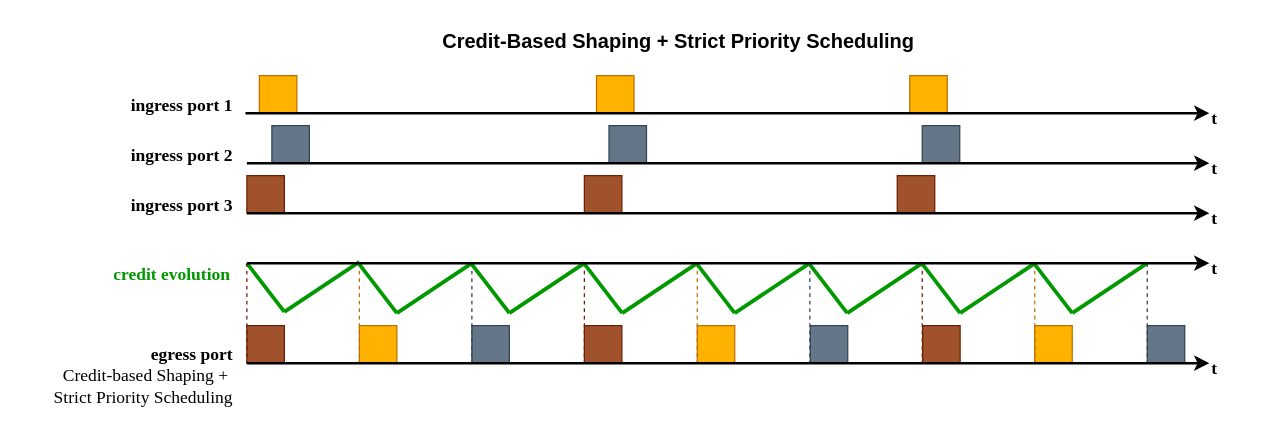
This is static/images/traffic-shaping-qav.drawio from avb-academy/avb_academy, a draw.io file, before an edit. Source tidied: cells renumbered, new cells numbered last; positions are measured from the earlier drawing's top-left corner, leaving out a move shared by most shapes. Both pictures are drawn from the tidied source at 125%, with x=0, y=0 at pixel (21, 21).
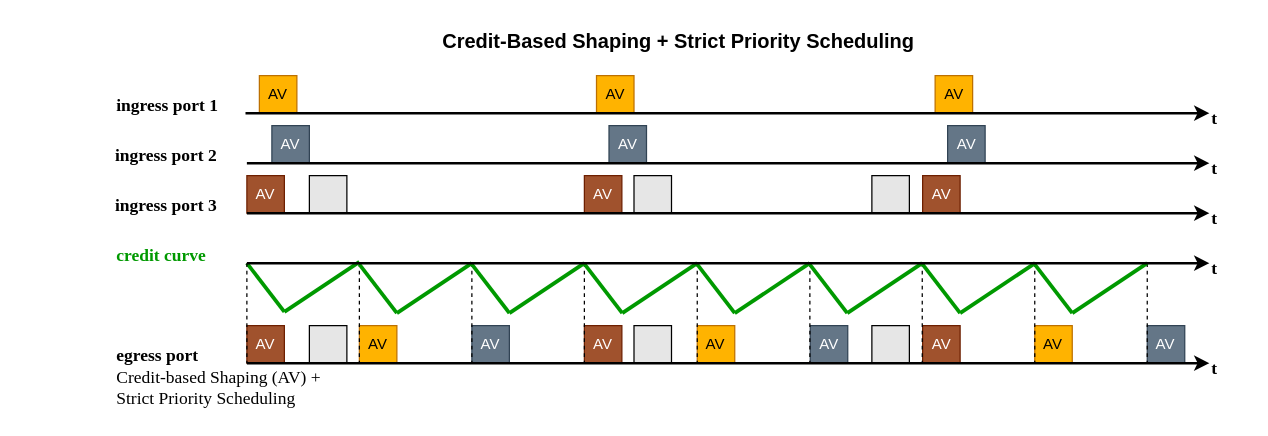
The same page after the edit.

Commit message (it also covers changes not shown here):
ref #90 adds BE traffic to figs + corrects description

What changed in the source:
```diff
@@
+    <mxCell id="61" style="rounded=0;whiteSpace=wrap;html=1;fillColor=#E6E6E6;fontColor=#ffffff;strokeColor=#000000;fillStyle=solid;" parent="1" vertex="1">
+      <mxGeometry x="230" y="243" width="30" height="30" as="geometry" />
+    </mxCell>
+    <mxCell id="62" style="rounded=0;whiteSpace=wrap;html=1;fillColor=#E6E6E6;fontColor=#ffffff;strokeColor=#000000;fillStyle=solid;" parent="1" vertex="1">
+      <mxGeometry x="489.7" y="243" width="30" height="30" as="geometry" />
+    </mxCell>
+    <mxCell id="63" style="rounded=0;whiteSpace=wrap;html=1;fillColor=#E6E6E6;fontColor=#ffffff;strokeColor=#000000;fillStyle=solid;" parent="1" vertex="1">
+      <mxGeometry x="680" y="243" width="30" height="30" as="geometry" />
+    </mxCell>
+    <mxCell id="64" style="rounded=0;whiteSpace=wrap;html=1;fillColor=#E6E6E6;fontColor=#ffffff;strokeColor=#000000;fillStyle=solid;" parent="1" vertex="1">
+      <mxGeometry x="230" y="123" width="30" height="30" as="geometry" />
+    </mxCell>
+    <mxCell id="65" style="rounded=0;whiteSpace=wrap;html=1;fillColor=#E6E6E6;fontColor=#ffffff;strokeColor=#000000;fillStyle=solid;" parent="1" vertex="1">
+      <mxGeometry x="489.7" y="123" width="30" height="30" as="geometry" />
+    </mxCell>
+    <mxCell id="66" style="rounded=0;whiteSpace=wrap;html=1;fillColor=#E6E6E6;fontColor=#ffffff;strokeColor=#000000;fillStyle=solid;" parent="1" vertex="1">
+      <mxGeometry x="680" y="123" width="30" height="30" as="geometry" />
+    </mxCell>
@@
-    <mxCell id="3" style="rounded=0;whiteSpace=wrap;html=1;fillColor=#FFB300;fontColor=#000000;strokeColor=#BD7000;" parent="1" vertex="1">
+    <mxCell id="3" value="AV" style="rounded=0;whiteSpace=wrap;html=1;fillColor=#FFB300;fontColor=#000000;strokeColor=#BD7000;" parent="1" vertex="1">
       <mxGeometry x="190" y="43" width="30" height="30" as="geometry" />
     </mxCell>
-    <mxCell id="4" style="rounded=0;whiteSpace=wrap;html=1;fillColor=#FFB300;fontColor=#000000;strokeColor=#BD7000;" parent="1" vertex="1">
+    <mxCell id="4" value="AV" style="rounded=0;whiteSpace=wrap;html=1;fillColor=#FFB300;fontColor=#000000;strokeColor=#BD7000;" parent="1" vertex="1">
       <mxGeometry x="459.7" y="43" width="30" height="30" as="geometry" />
     </mxCell>
-    <mxCell id="5" style="rounded=0;whiteSpace=wrap;html=1;fillColor=#647687;fontColor=#ffffff;strokeColor=#314354;" parent="1" vertex="1">
+    <mxCell id="5" value="AV" style="rounded=0;whiteSpace=wrap;html=1;fillColor=#647687;fontColor=#ffffff;strokeColor=#314354;" parent="1" vertex="1">
       <mxGeometry x="200" y="83" width="30" height="30" as="geometry" />
     </mxCell>
-    <mxCell id="6" style="rounded=0;whiteSpace=wrap;html=1;fillColor=#647687;fontColor=#ffffff;strokeColor=#314354;" parent="1" vertex="1">
+    <mxCell id="6" value="AV" style="rounded=0;whiteSpace=wrap;html=1;fillColor=#647687;fontColor=#ffffff;strokeColor=#314354;" parent="1" vertex="1">
       <mxGeometry x="469.7" y="83" width="30" height="30" as="geometry" />
     </mxCell>
-    <mxCell id="7" style="rounded=0;whiteSpace=wrap;html=1;fillColor=#FFB300;fontColor=#000000;strokeColor=#BD7000;" parent="1" vertex="1">
-      <mxGeometry x="710.3" y="43" width="30" height="30" as="geometry" />
+    <mxCell id="7" value="AV" style="rounded=0;whiteSpace=wrap;html=1;fillColor=#FFB300;fontColor=#000000;strokeColor=#BD7000;" parent="1" vertex="1">
+      <mxGeometry x="730.6" y="43" width="30" height="30" as="geometry" />
     </mxCell>
-    <mxCell id="8" style="rounded=0;whiteSpace=wrap;html=1;fillColor=#647687;fontColor=#ffffff;strokeColor=#314354;" parent="1" vertex="1">
-      <mxGeometry x="720.3" y="83" width="30" height="30" as="geometry" />
+    <mxCell id="8" value="AV" style="rounded=0;whiteSpace=wrap;html=1;fillColor=#647687;fontColor=#ffffff;strokeColor=#314354;" parent="1" vertex="1">
+      <mxGeometry x="740.6" y="83" width="30" height="30" as="geometry" />
     </mxCell>
-    <mxCell id="9" style="rounded=0;whiteSpace=wrap;html=1;fillColor=#a0522d;fontColor=#ffffff;strokeColor=#6D1F00;" parent="1" vertex="1">
+    <mxCell id="9" value="AV" style="rounded=0;whiteSpace=wrap;html=1;fillColor=#a0522d;fontColor=#ffffff;strokeColor=#6D1F00;" parent="1" vertex="1">
       <mxGeometry x="180" y="123" width="30" height="30" as="geometry" />
     </mxCell>
-    <mxCell id="10" style="rounded=0;whiteSpace=wrap;html=1;fillColor=#a0522d;fontColor=#ffffff;strokeColor=#6D1F00;" parent="1" vertex="1">
+    <mxCell id="10" value="AV" style="rounded=0;whiteSpace=wrap;html=1;fillColor=#a0522d;fontColor=#ffffff;strokeColor=#6D1F00;" parent="1" vertex="1">
       <mxGeometry x="450" y="123" width="30" height="30" as="geometry" />
     </mxCell>
-    <mxCell id="11" style="rounded=0;whiteSpace=wrap;html=1;fillColor=#a0522d;fontColor=#ffffff;strokeColor=#6D1F00;" parent="1" vertex="1">
-      <mxGeometry x="700.3" y="123" width="30" height="30" as="geometry" />
+    <mxCell id="11" value="AV" style="rounded=0;whiteSpace=wrap;html=1;fillColor=#a0522d;fontColor=#ffffff;strokeColor=#6D1F00;" parent="1" vertex="1">
+      <mxGeometry x="720.6" y="123" width="30" height="30" as="geometry" />
     </mxCell>
@@
-    <mxCell id="15" value="&lt;b&gt;&lt;font face=&quot;Times New Roman&quot;&gt;&lt;font style=&quot;font-size: 14px;&quot;&gt;ingress port 1&lt;/font&gt;&lt;/font&gt;&lt;/b&gt;" style="text;html=1;align=right;verticalAlign=middle;strokeColor=none;fillColor=none;fontColor=#000000;" parent="1" vertex="1">
-      <mxGeometry x="70" y="53" width="100" height="30" as="geometry" />
+    <mxCell id="15" value="&lt;b&gt;&lt;font face=&quot;Times New Roman&quot;&gt;&lt;font style=&quot;font-size: 14px;&quot;&gt;ingress port 1&lt;/font&gt;&lt;/font&gt;&lt;/b&gt;" style="text;html=1;align=left;verticalAlign=middle;strokeColor=none;fillColor=none;fontColor=#000000;" parent="1" vertex="1">
+      <mxGeometry x="74" y="53" width="100" height="30" as="geometry" />
     </mxCell>
-    <mxCell id="16" value="&lt;b&gt;&lt;font face=&quot;Times New Roman&quot;&gt;&lt;font style=&quot;font-size: 14px;&quot;&gt;ingress port 2&lt;/font&gt;&lt;/font&gt;&lt;/b&gt;" style="text;html=1;align=right;verticalAlign=middle;strokeColor=none;fillColor=none;fontColor=#000000;" parent="1" vertex="1">
-      <mxGeometry x="70" y="93" width="100" height="30" as="geometry" />
+    <mxCell id="16" value="&lt;b&gt;&lt;font face=&quot;Times New Roman&quot;&gt;&lt;font style=&quot;font-size: 14px;&quot;&gt;ingress port 2&lt;/font&gt;&lt;/font&gt;&lt;/b&gt;" style="text;html=1;align=left;verticalAlign=middle;strokeColor=none;fillColor=none;fontColor=#000000;" parent="1" vertex="1">
+      <mxGeometry x="73" y="93" width="100" height="30" as="geometry" />
     </mxCell>
-    <mxCell id="17" value="&lt;b&gt;&lt;font face=&quot;Times New Roman&quot;&gt;&lt;font style=&quot;font-size: 14px;&quot;&gt;ingress port 3&lt;/font&gt;&lt;/font&gt;&lt;/b&gt;" style="text;html=1;align=right;verticalAlign=middle;strokeColor=none;fillColor=none;fontColor=#000000;" parent="1" vertex="1">
-      <mxGeometry x="70" y="133" width="100" height="30" as="geometry" />
+    <mxCell id="17" value="&lt;b&gt;&lt;font face=&quot;Times New Roman&quot;&gt;&lt;font style=&quot;font-size: 14px;&quot;&gt;ingress port 3&lt;/font&gt;&lt;/font&gt;&lt;/b&gt;" style="text;html=1;align=left;verticalAlign=middle;strokeColor=none;fillColor=none;fontColor=#000000;" parent="1" vertex="1">
+      <mxGeometry x="73" y="133" width="100" height="30" as="geometry" />
     </mxCell>
@@
-    <mxCell id="20" style="rounded=0;whiteSpace=wrap;html=1;fillColor=#FFB300;fontColor=#000000;strokeColor=#BD7000;" parent="1" vertex="1">
+    <mxCell id="20" value="AV" style="rounded=0;whiteSpace=wrap;html=1;fillColor=#FFB300;fontColor=#000000;strokeColor=#BD7000;" parent="1" vertex="1">
       <mxGeometry x="270" y="243" width="30" height="30" as="geometry" />
     </mxCell>
-    <mxCell id="21" style="rounded=0;whiteSpace=wrap;html=1;fillColor=#647687;fontColor=#ffffff;strokeColor=#314354;" parent="1" vertex="1">
+    <mxCell id="21" value="AV" style="rounded=0;whiteSpace=wrap;html=1;fillColor=#647687;fontColor=#ffffff;strokeColor=#314354;" parent="1" vertex="1">
       <mxGeometry x="360" y="243" width="30" height="30" as="geometry" />
     </mxCell>
-    <mxCell id="22" style="rounded=0;whiteSpace=wrap;html=1;fillColor=#a0522d;fontColor=#ffffff;strokeColor=#6D1F00;" parent="1" vertex="1">
+    <mxCell id="22" value="AV" style="rounded=0;whiteSpace=wrap;html=1;fillColor=#a0522d;fontColor=#ffffff;strokeColor=#6D1F00;" parent="1" vertex="1">
       <mxGeometry x="180" y="243" width="30" height="30" as="geometry" />
     </mxCell>
-    <mxCell id="23" style="rounded=0;whiteSpace=wrap;html=1;fillColor=#FFB300;fontColor=#000000;strokeColor=#BD7000;" parent="1" vertex="1">
+    <mxCell id="23" value="AV" style="rounded=0;whiteSpace=wrap;html=1;fillColor=#FFB300;fontColor=#000000;strokeColor=#BD7000;" parent="1" vertex="1">
       <mxGeometry x="540.3" y="243" width="30" height="30" as="geometry" />
     </mxCell>
-    <mxCell id="24" style="rounded=0;whiteSpace=wrap;html=1;fillColor=#647687;fontColor=#ffffff;strokeColor=#314354;" parent="1" vertex="1">
+    <mxCell id="24" value="AV" style="rounded=0;whiteSpace=wrap;html=1;fillColor=#647687;fontColor=#ffffff;strokeColor=#314354;" parent="1" vertex="1">
       <mxGeometry x="630.7" y="243" width="30" height="30" as="geometry" />
     </mxCell>
-    <mxCell id="25" style="rounded=0;whiteSpace=wrap;html=1;fillColor=#a0522d;fontColor=#ffffff;strokeColor=#6D1F00;" parent="1" vertex="1">
+    <mxCell id="25" value="AV" style="rounded=0;whiteSpace=wrap;html=1;fillColor=#a0522d;fontColor=#ffffff;strokeColor=#6D1F00;" parent="1" vertex="1">
       <mxGeometry x="450" y="243" width="30" height="30" as="geometry" />
     </mxCell>
-    <mxCell id="26" style="rounded=0;whiteSpace=wrap;html=1;fillColor=#FFB300;fontColor=#000000;strokeColor=#BD7000;" parent="1" vertex="1">
+    <mxCell id="26" value="AV" style="rounded=0;whiteSpace=wrap;html=1;fillColor=#FFB300;fontColor=#000000;strokeColor=#BD7000;" parent="1" vertex="1">
       <mxGeometry x="810.3" y="243" width="30" height="30" as="geometry" />
     </mxCell>
-    <mxCell id="27" style="rounded=0;whiteSpace=wrap;html=1;fillColor=#647687;fontColor=#ffffff;strokeColor=#314354;" parent="1" vertex="1">
+    <mxCell id="27" value="AV" style="rounded=0;whiteSpace=wrap;html=1;fillColor=#647687;fontColor=#ffffff;strokeColor=#314354;" parent="1" vertex="1">
       <mxGeometry x="900.3" y="243" width="30" height="30" as="geometry" />
     </mxCell>
-    <mxCell id="28" style="rounded=0;whiteSpace=wrap;html=1;fillColor=#a0522d;fontColor=#ffffff;strokeColor=#6D1F00;" parent="1" vertex="1">
+    <mxCell id="28" value="AV" style="rounded=0;whiteSpace=wrap;html=1;fillColor=#a0522d;fontColor=#ffffff;strokeColor=#6D1F00;" parent="1" vertex="1">
       <mxGeometry x="720.6" y="243" width="30" height="30" as="geometry" />
     </mxCell>
-    <mxCell id="29" value="&lt;font face=&quot;Times New Roman&quot;&gt;&lt;b style=&quot;&quot;&gt;&lt;font style=&quot;font-size: 14px;&quot;&gt;&lt;font style=&quot;color: rgb(0, 153, 0);&quot;&gt;credit evolution&lt;/font&gt;&lt;/font&gt;&lt;br&gt;&lt;/b&gt;&lt;/font&gt;" style="text;html=1;align=right;verticalAlign=middle;strokeColor=none;fillColor=none;" parent="1" vertex="1">
-      <mxGeometry x="48" y="188" width="120" height="30" as="geometry" />
+    <mxCell id="29" value="&lt;div style=&quot;&quot;&gt;&lt;b style=&quot;font-family: &amp;quot;Times New Roman&amp;quot;; background-color: transparent; color: light-dark(rgb(0, 0, 0), rgb(255, 255, 255));&quot;&gt;&lt;font style=&quot;font-size: 14px;&quot;&gt;&lt;font style=&quot;color: rgb(0, 153, 0);&quot;&gt;credit curve&lt;/font&gt;&lt;/font&gt;&lt;/b&gt;&lt;/div&gt;" style="text;html=1;align=left;verticalAlign=middle;strokeColor=none;fillColor=none;" parent="1" vertex="1">
+      <mxGeometry x="74" y="173" width="100" height="30" as="geometry" />
     </mxCell>
-    <mxCell id="30" style="endArrow=none;html=1;rounded=0;fillColor=#a0522d;strokeColor=#6D1F00;strokeWidth=1;entryX=0;entryY=1;entryDx=0;entryDy=0;dashed=1;" parent="1" edge="1" target="22">
+    <mxCell id="30" style="endArrow=none;html=1;rounded=0;fillColor=#a0522d;strokeColor=#000000;strokeWidth=1;entryX=0;entryY=1;entryDx=0;entryDy=0;dashed=1;" parent="1" edge="1" target="22">
       <mxGeometry relative="1" as="geometry">
         <mxPoint x="180" y="193" as="sourcePoint" />
       </mxGeometry>
     </mxCell>
-    <mxCell id="31" style="endArrow=none;html=1;rounded=0;fillColor=#a0522d;strokeColor=#bd7000;strokeWidth=1;entryX=0;entryY=1;entryDx=0;entryDy=0;dashed=1;" parent="1" edge="1">
+    <mxCell id="31" style="endArrow=none;html=1;rounded=0;fillColor=#a0522d;strokeColor=#000000;strokeWidth=1;entryX=0;entryY=1;entryDx=0;entryDy=0;dashed=1;" parent="1" edge="1">
       <mxGeometry relative="1" as="geometry">
         <mxPoint x="270" y="193" as="sourcePoint" />
         <mxPoint x="270" y="273" as="targetPoint" />
       </mxGeometry>
     </mxCell>
-    <mxCell id="32" style="endArrow=none;html=1;rounded=0;fillColor=#a0522d;strokeColor=#314354;strokeWidth=1;entryX=0;entryY=1;entryDx=0;entryDy=0;dashed=1;" parent="1" edge="1">
+    <mxCell id="32" style="endArrow=none;html=1;rounded=0;fillColor=#a0522d;strokeColor=#000000;strokeWidth=1;entryX=0;entryY=1;entryDx=0;entryDy=0;dashed=1;" parent="1" edge="1">
       <mxGeometry relative="1" as="geometry">
         <mxPoint x="360" y="193" as="sourcePoint" />
         <mxPoint x="360" y="273" as="targetPoint" />
       </mxGeometry>
     </mxCell>
-    <mxCell id="33" style="endArrow=none;html=1;rounded=0;fillColor=#a0522d;strokeColor=#6D1F00;strokeWidth=1;entryX=0;entryY=1;entryDx=0;entryDy=0;dashed=1;" parent="1" edge="1">
+    <mxCell id="33" style="endArrow=none;html=1;rounded=0;fillColor=#a0522d;strokeColor=#000000;strokeWidth=1;entryX=0;entryY=1;entryDx=0;entryDy=0;dashed=1;" parent="1" edge="1">
       <mxGeometry relative="1" as="geometry">
         <mxPoint x="450" y="193" as="sourcePoint" />
         <mxPoint x="450" y="273" as="targetPoint" />
       </mxGeometry>
     </mxCell>
-    <mxCell id="34" style="endArrow=none;html=1;rounded=0;fillColor=#a0522d;strokeColor=#bd7000;strokeWidth=1;entryX=0;entryY=1;entryDx=0;entryDy=0;dashed=1;" parent="1" edge="1">
+    <mxCell id="34" style="endArrow=none;html=1;rounded=0;fillColor=#a0522d;strokeColor=#000000;strokeWidth=1;entryX=0;entryY=1;entryDx=0;entryDy=0;dashed=1;" parent="1" edge="1">
       <mxGeometry relative="1" as="geometry">
         <mxPoint x="540.3" y="193" as="sourcePoint" />
         <mxPoint x="540.3" y="273" as="targetPoint" />
       </mxGeometry>
     </mxCell>
-    <mxCell id="35" style="endArrow=none;html=1;rounded=0;fillColor=#a0522d;strokeColor=#314354;strokeWidth=1;entryX=0;entryY=1;entryDx=0;entryDy=0;dashed=1;" parent="1" edge="1">
+    <mxCell id="35" style="endArrow=none;html=1;rounded=0;fillColor=#a0522d;strokeColor=#000000;strokeWidth=1;entryX=0;entryY=1;entryDx=0;entryDy=0;dashed=1;" parent="1" edge="1">
       <mxGeometry relative="1" as="geometry">
         <mxPoint x="630.4" y="193" as="sourcePoint" />
         <mxPoint x="630.4" y="273" as="targetPoint" />
       </mxGeometry>
     </mxCell>
-    <mxCell id="36" style="endArrow=none;html=1;rounded=0;fillColor=#a0522d;strokeColor=#6D1F00;strokeWidth=1;entryX=0;entryY=1;entryDx=0;entryDy=0;dashed=1;" parent="1" edge="1">
+    <mxCell id="36" style="endArrow=none;html=1;rounded=0;fillColor=#a0522d;strokeColor=#000000;strokeWidth=1;entryX=0;entryY=1;entryDx=0;entryDy=0;dashed=1;" parent="1" edge="1">
       <mxGeometry relative="1" as="geometry">
         <mxPoint x="720.3" y="193" as="sourcePoint" />
         <mxPoint x="720.3" y="273" as="targetPoint" />
       </mxGeometry>
     </mxCell>
-    <mxCell id="37" style="endArrow=none;html=1;rounded=0;fillColor=#a0522d;strokeColor=#bd7000;strokeWidth=1;entryX=0;entryY=1;entryDx=0;entryDy=0;dashed=1;" parent="1" edge="1">
+    <mxCell id="37" style="endArrow=none;html=1;rounded=0;fillColor=#a0522d;strokeColor=#000000;strokeWidth=1;entryX=0;entryY=1;entryDx=0;entryDy=0;dashed=1;" parent="1" edge="1">
       <mxGeometry relative="1" as="geometry">
         <mxPoint x="810.3" y="193" as="sourcePoint" />
         <mxPoint x="810.3" y="273" as="targetPoint" />
       </mxGeometry>
     </mxCell>
-    <mxCell id="38" style="endArrow=none;html=1;rounded=0;fillColor=#a0522d;strokeColor=#314354;strokeWidth=1;entryX=0;entryY=1;entryDx=0;entryDy=0;dashed=1;" parent="1" edge="1">
+    <mxCell id="38" style="endArrow=none;html=1;rounded=0;fillColor=#a0522d;strokeColor=#000000;strokeWidth=1;entryX=0;entryY=1;entryDx=0;entryDy=0;dashed=1;" parent="1" edge="1">
       <mxGeometry relative="1" as="geometry">
         <mxPoint x="900.3" y="193" as="sourcePoint" />
         <mxPoint x="900.3" y="273" as="targetPoint" />
       </mxGeometry>
     </mxCell>
@@
-    <mxCell id="59" value="&lt;font style=&quot;&quot; face=&quot;Times New Roman&quot;&gt;&lt;font style=&quot;font-size: 14px;&quot;&gt;&lt;b style=&quot;&quot;&gt;egress port&lt;/b&gt;&lt;br&gt;&lt;/font&gt;&lt;/font&gt;&lt;span style=&quot;font-family: &amp;quot;Times New Roman&amp;quot;; font-size: 14px;&quot;&gt;Credit-based Shaping +&amp;nbsp;&lt;br&gt;&lt;/span&gt;&lt;font style=&quot;&quot; face=&quot;Times New Roman&quot;&gt;&lt;font style=&quot;font-size: 14px;&quot;&gt;Strict Priority Scheduling&lt;/font&gt;&lt;/font&gt;" style="text;html=1;align=right;verticalAlign=middle;strokeColor=none;fillColor=none;fontColor=#000000;" parent="1" vertex="1">
-      <mxGeometry y="254" width="170" height="60" as="geometry" />
+    <mxCell id="59" value="&lt;font style=&quot;&quot; face=&quot;Times New Roman&quot;&gt;&lt;font style=&quot;font-size: 14px;&quot;&gt;&lt;b style=&quot;&quot;&gt;egress port&lt;/b&gt;&lt;br&gt;&lt;/font&gt;&lt;/font&gt;&lt;span style=&quot;font-family: &amp;quot;Times New Roman&amp;quot;; font-size: 14px;&quot;&gt;Credit-based Shaping (AV) +&amp;nbsp;&lt;br&gt;&lt;/span&gt;&lt;font style=&quot;&quot; face=&quot;Times New Roman&quot;&gt;&lt;font style=&quot;font-size: 14px;&quot;&gt;Strict Priority Scheduling&lt;/font&gt;&lt;/font&gt;" style="text;html=1;align=left;verticalAlign=middle;strokeColor=none;fillColor=none;fontColor=#000000;" parent="1" vertex="1">
+      <mxGeometry x="74" y="255" width="190" height="60" as="geometry" />
     </mxCell>
```
